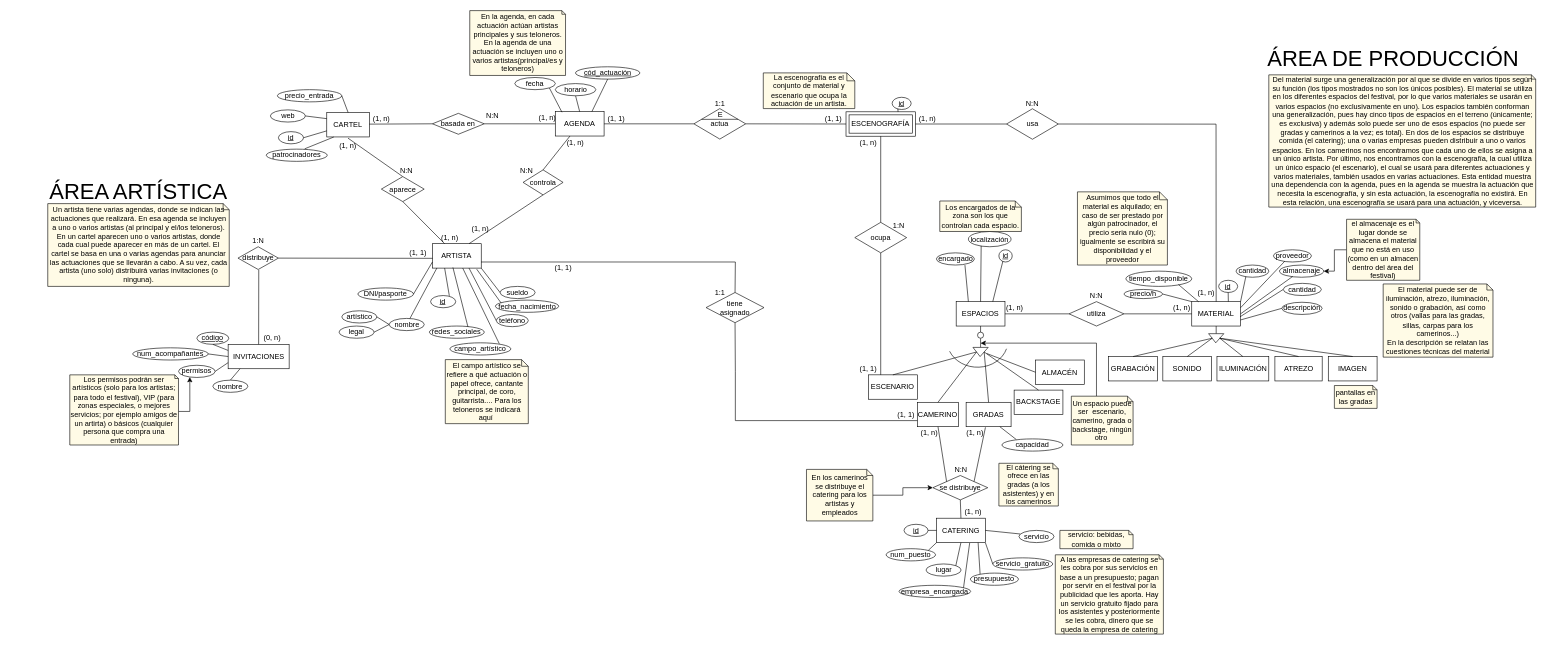
Earlier version of the draw.io diagram Modelo conceptual/QuevedoFest_E-R.drawio (mariaalamocedillo/Quevedofest). Source tidied: cells renumbered, new cells numbered last; positions are measured from the earlier drawing's top-left corner, leaving out a move shared by most shapes. Both pictures are drawn from the tidied source at 61%, with x=0, y=0 at pixel (10, 10).
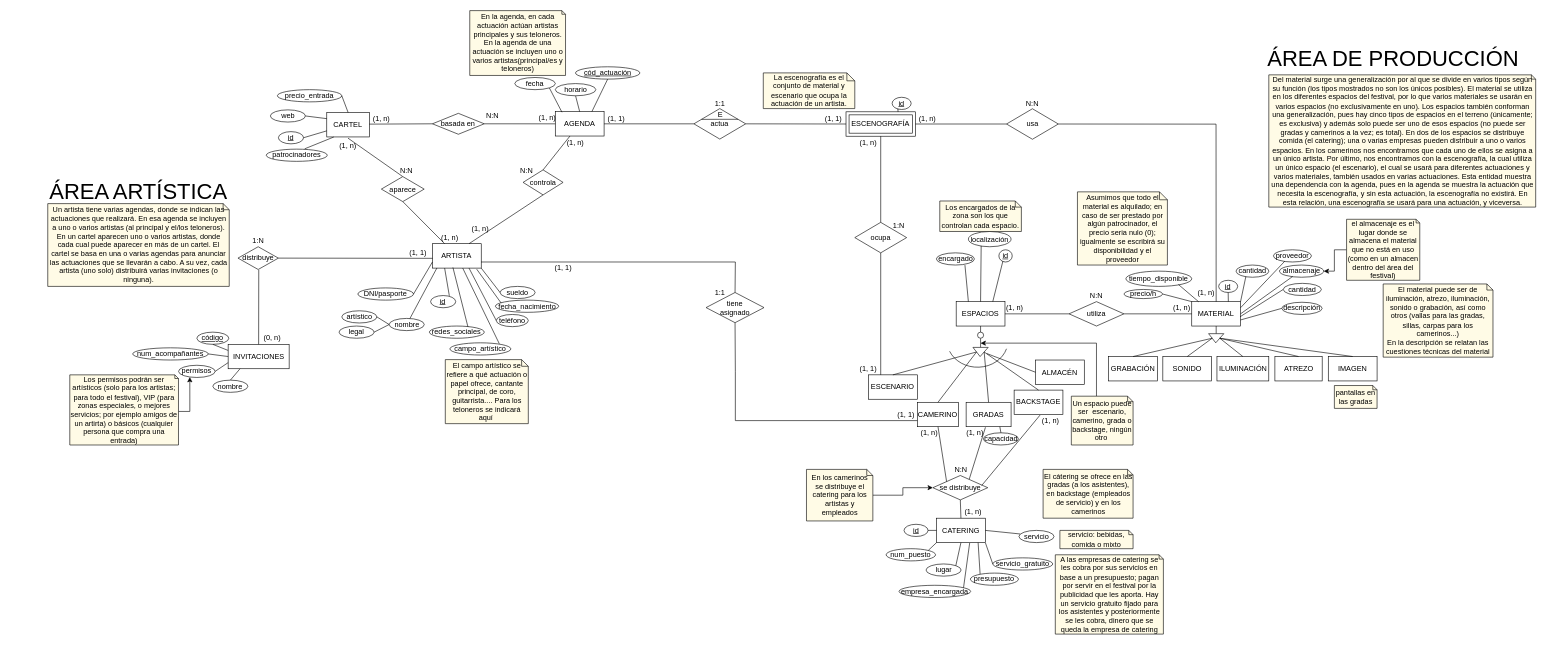
The same page after the edit.

The change refers to these unchanged cells:
```xml
<mxCell id="13" value="GRADAS" style="rounded=0;whiteSpace=wrap;html=1;" parent="1" vertex="1">
  <mxGeometry x="1566.3" y="642" width="73.7" height="40" as="geometry" />
</mxCell>
<mxCell id="32" value="se distribuye" style="rhombus;whiteSpace=wrap;html=1;" parent="1" vertex="1">
  <mxGeometry x="1511.8" y="762" width="90" height="40" as="geometry" />
</mxCell>
```

The edit, as a diff of the source:
```diff
@@
-    <mxCell id="33" style="endArrow=none;html=1;exitX=1;exitY=0;exitDx=0;exitDy=0;" parent="1" edge="1" source="32">
+    <mxCell id="33" style="endArrow=none;html=1;exitX=0.663;exitY=0.147;exitDx=0;exitDy=0;exitPerimeter=0;" parent="1" edge="1" source="32">
       <mxGeometry relative="1" as="geometry">
         <mxPoint x="1598" y="683" as="targetPoint" />
       </mxGeometry>
     </mxCell>
@@
-    <mxCell id="48" value="El cátering se ofrece en las gradas (a los asistentes) y en los camerinos" style="shape=note;size=9;whiteSpace=wrap;html=1;fillColor=#FFFBE6;" parent="1" vertex="1">
-      <mxGeometry x="1620" y="742" width="97.5" height="70" as="geometry" />
+    <mxCell id="48" value="El cátering se ofrece en las gradas (a los asistentes), en backstage (empleados de servicio) y en los camerinos" style="shape=note;size=9;whiteSpace=wrap;html=1;fillColor=#FFFBE6;" parent="1" vertex="1">
+      <mxGeometry x="1692.5" y="752" width="147.5" height="80" as="geometry" />
     </mxCell>
@@
     <mxCell id="113" value="capacidad" style="ellipse;whiteSpace=wrap;html=1;align=center;fillColor=#FFFFFF;" parent="1" vertex="1">
-      <mxGeometry x="1625" y="702" width="100" height="20" as="geometry" />
+      <mxGeometry x="1594.6" y="692" width="57.5" height="20" as="geometry" />
     </mxCell>
-    <mxCell id="114" style="endArrow=none;html=1;rounded=0;exitX=0.235;exitY=0.05;exitDx=0;exitDy=0;entryX=0.75;entryY=1;entryDx=0;entryDy=0;exitPerimeter=0;" parent="1" edge="1" source="113" target="13">
+    <mxCell id="114" style="endArrow=none;html=1;rounded=0;exitX=0.5;exitY=0;exitDx=0;exitDy=0;entryX=0.75;entryY=1;entryDx=0;entryDy=0;" parent="1" edge="1" source="113" target="13">
       <mxGeometry relative="1" as="geometry" />
     </mxCell>
@@
+    <mxCell id="205" style="endArrow=none;html=1;exitX=0.89;exitY=0.409;exitDx=0;exitDy=0;exitPerimeter=0;" parent="1" edge="1" source="32">
+      <mxGeometry relative="1" as="geometry">
+        <mxPoint x="1687.5" y="663" as="targetPoint" />
+      </mxGeometry>
+    </mxCell>
+    <mxCell id="206" value="(1, n)" style="text;html=1;strokeColor=none;fillColor=none;align=center;verticalAlign=middle;whiteSpace=wrap;rounded=0;" parent="1" vertex="1">
+      <mxGeometry x="1685" y="662" width="40" height="20" as="geometry" />
+    </mxCell>
```
